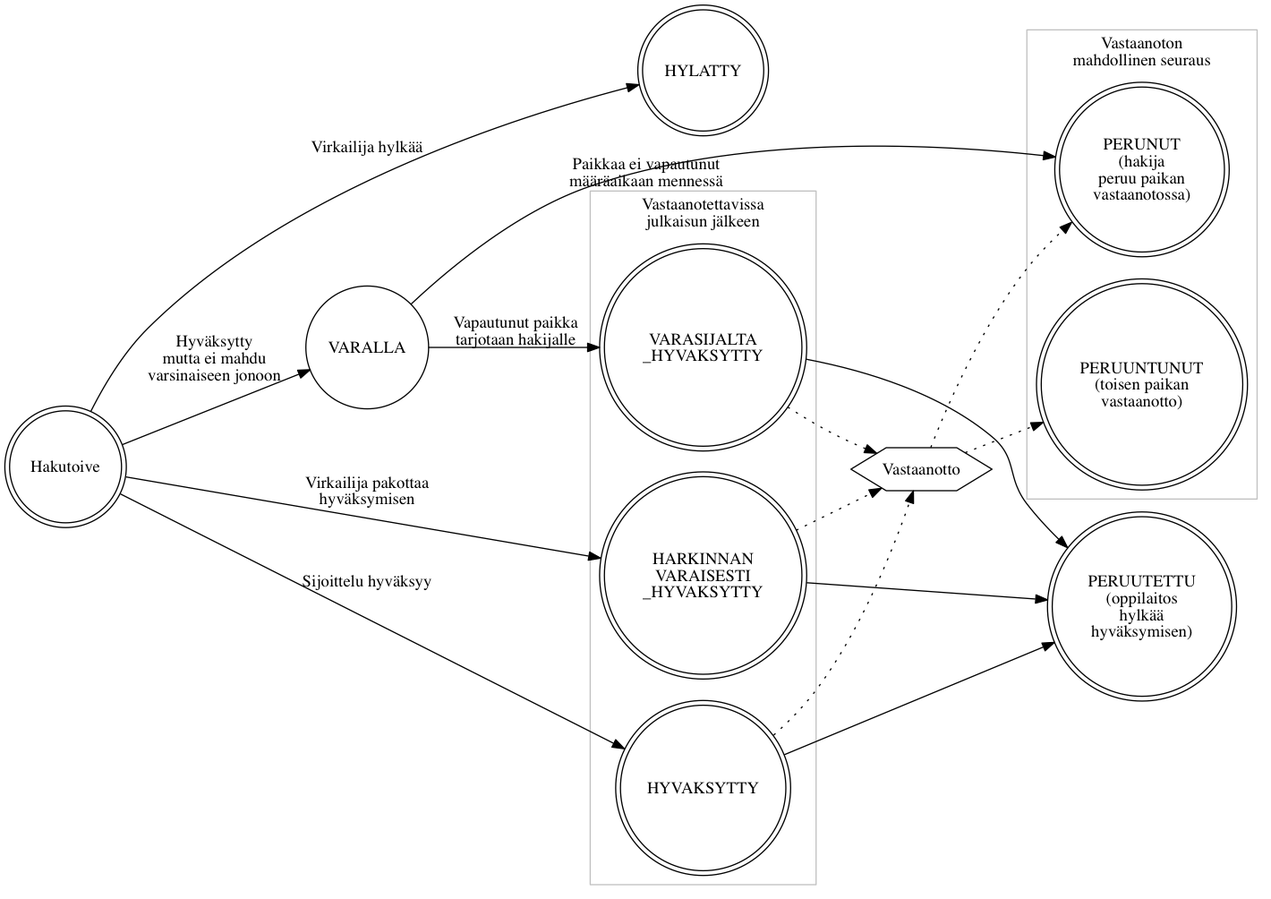
The Graphviz diagram img/valintatila_sijoittelulla.png in Opetushallitus/dokumentaatio, before a commit. Its source is kept beside it as dot/valintatila_sijoittelulla.dot.
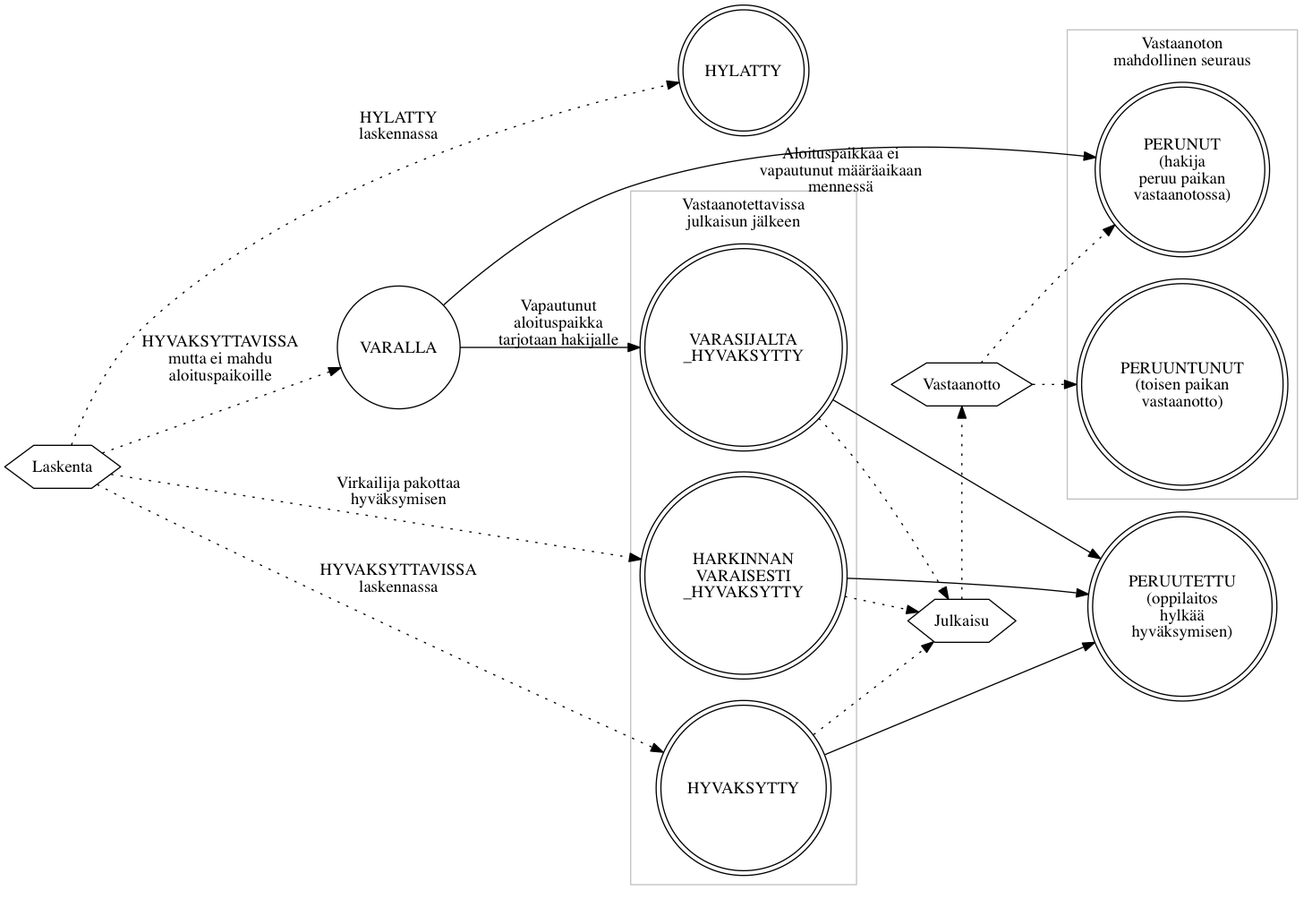
The same file after the commit.

Commit message:
Valintalaskenta -> Laskenta, Valinta -> Sijoittelu

The edit, as a diff of the source:
```diff
@@ -2,28 +2,17 @@
   rankdir=LR;
   node [shape=doublecircle];
 
-  Hakutoive -> HYLATTY [label="Virkailija hylkää"];
-  Hakutoive -> HYVAKSYTTY [label="Sijoittelu hyväksyy"];
-  Hakutoive -> VARALLA [label="Hyväksytty\nmutta ei mahdu\nvarsinaiseen jonoon"];
-  VARALLA -> VARASIJALTA_HYVAKSYTTY [label="Vapautunut paikka\ntarjotaan hakijalle"];
-  VARALLA -> PERUNUT [xlabel="Paikkaa ei vapautunut\nmääräaikaan mennessä"];
+  Laskenta -> HYLATTY [label="HYLATTY\nlaskennassa" style=dotted];
+  Laskenta -> HYVAKSYTTY [label="HYVAKSYTTAVISSA\nlaskennassa" style=dotted];
+  Laskenta -> VARALLA [label="HYVAKSYTTAVISSA\nmutta ei mahdu\naloituspaikoille" style=dotted];
+  VARALLA -> VARASIJALTA_HYVAKSYTTY [label="Vapautunut\naloituspaikka\ntarjotaan hakijalle"];
+  VARALLA -> PERUNUT [xlabel="Aloituspaikkaa ei\nvapautunut määräaikaan\nmennessä"];
   PERUUNTUNUT [label="PERUUNTUNUT\n(toisen paikan\nvastaanotto)"];
   PERUNUT [label="PERUNUT\n(hakija\nperuu paikan\nvastaanotossa)"];
 
-  Hakutoive -> HARKINNANVARAISESTI_HYVAKSYTTY [label="Virkailija pakottaa\nhyväksymisen"];
+  Laskenta -> HARKINNANVARAISESTI_HYVAKSYTTY [label="Virkailija pakottaa\nhyväksymisen" style=dotted];
 
   HARKINNANVARAISESTI_HYVAKSYTTY, HYVAKSYTTY, VARASIJALTA_HYVAKSYTTY -> PERUUTETTU;
-
-  {
-    rank=same;
-    HYLATTY;
-    HYVAKSYTTY;
-  }
-  {
-    rank=same;
-    PERUUTETTU [label="PERUUTETTU\n(oppilaitos\nhylkää\nhyväksymisen)"];
-    PERUNUT;
-  }
 
   subgraph cluster_vastaanotto {
     label="Vastaanoton\nmahdollinen seuraus";
@@ -42,6 +31,11 @@
   }
 
   VARALLA [shape=circle];
-  Vastaanotto [shape=hexagon];
-  HARKINNANVARAISESTI_HYVAKSYTTY, HYVAKSYTTY, VARASIJALTA_HYVAKSYTTY -> Vastaanotto -> PERUNUT, PERUUNTUNUT [style=dotted];
+  Laskenta, Julkaisu, Vastaanotto [shape=hexagon];
+
+  { rank=same; Julkaisu, Vastaanotto }
+  { rank=same; HYLATTY; HYVAKSYTTY; }
+  { rank=same; PERUUTETTU [label="PERUUTETTU\n(oppilaitos\nhylkää\nhyväksymisen)"]; PERUNUT; }
+
+  HARKINNANVARAISESTI_HYVAKSYTTY, HYVAKSYTTY, VARASIJALTA_HYVAKSYTTY -> Julkaisu -> Vastaanotto -> PERUNUT, PERUUNTUNUT [style=dotted];
 }
```
